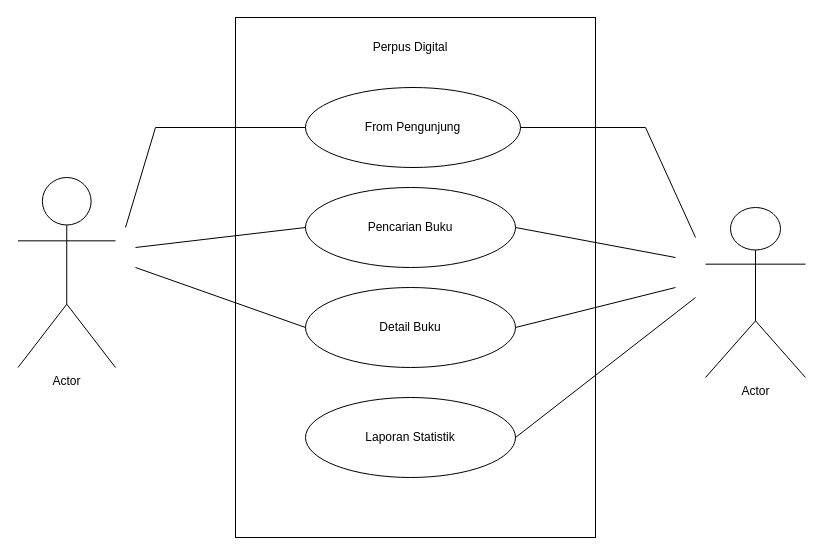
This is Use-Case-Diagram-perpus-Digital.drawio from siiti/Perpus-Digital_TEFA, a draw.io file, before an edit. Source tidied: cells renumbered, new cells numbered last; positions are measured from the earlier drawing's top-left corner, leaving out a move shared by most shapes. Both pictures are drawn from the tidied source at 100%, with x=0, y=0 at pixel (17, 17).
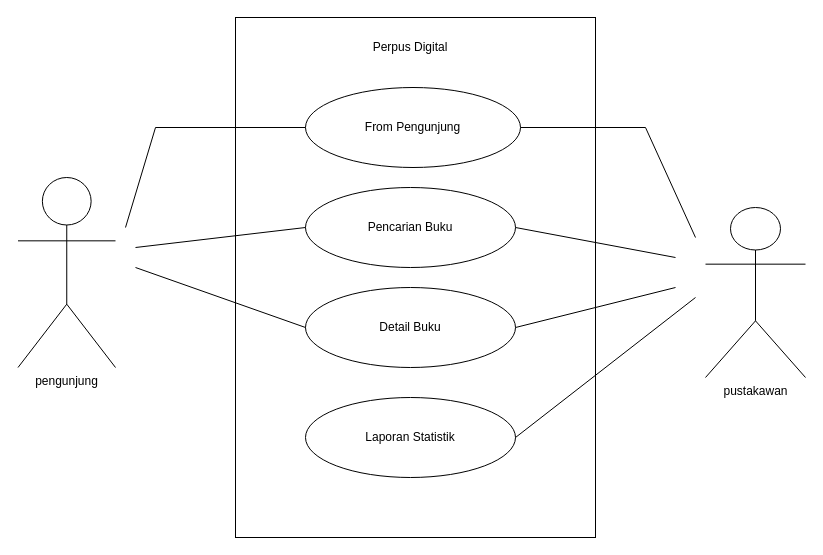
The same diagram, later.

What changed in the source:
```diff
@@
-    <mxCell id="7" value="Actor" style="shape=umlActor;verticalLabelPosition=bottom;verticalAlign=top;html=1;" parent="1" vertex="1">
+    <mxCell id="7" value="pustakawan" style="shape=umlActor;verticalLabelPosition=bottom;verticalAlign=top;html=1;" parent="1" vertex="1">
       <mxGeometry x="688" y="190" width="100" height="170" as="geometry" />
     </mxCell>
-    <mxCell id="8" value="Actor" style="shape=umlActor;verticalLabelPosition=bottom;verticalAlign=top;html=1;" parent="1" vertex="1">
+    <mxCell id="8" value="pengunjung" style="shape=umlActor;verticalLabelPosition=bottom;verticalAlign=top;html=1;" parent="1" vertex="1">
       <mxGeometry x="0.5" y="160" width="97.5" height="190" as="geometry" />
     </mxCell>
```
